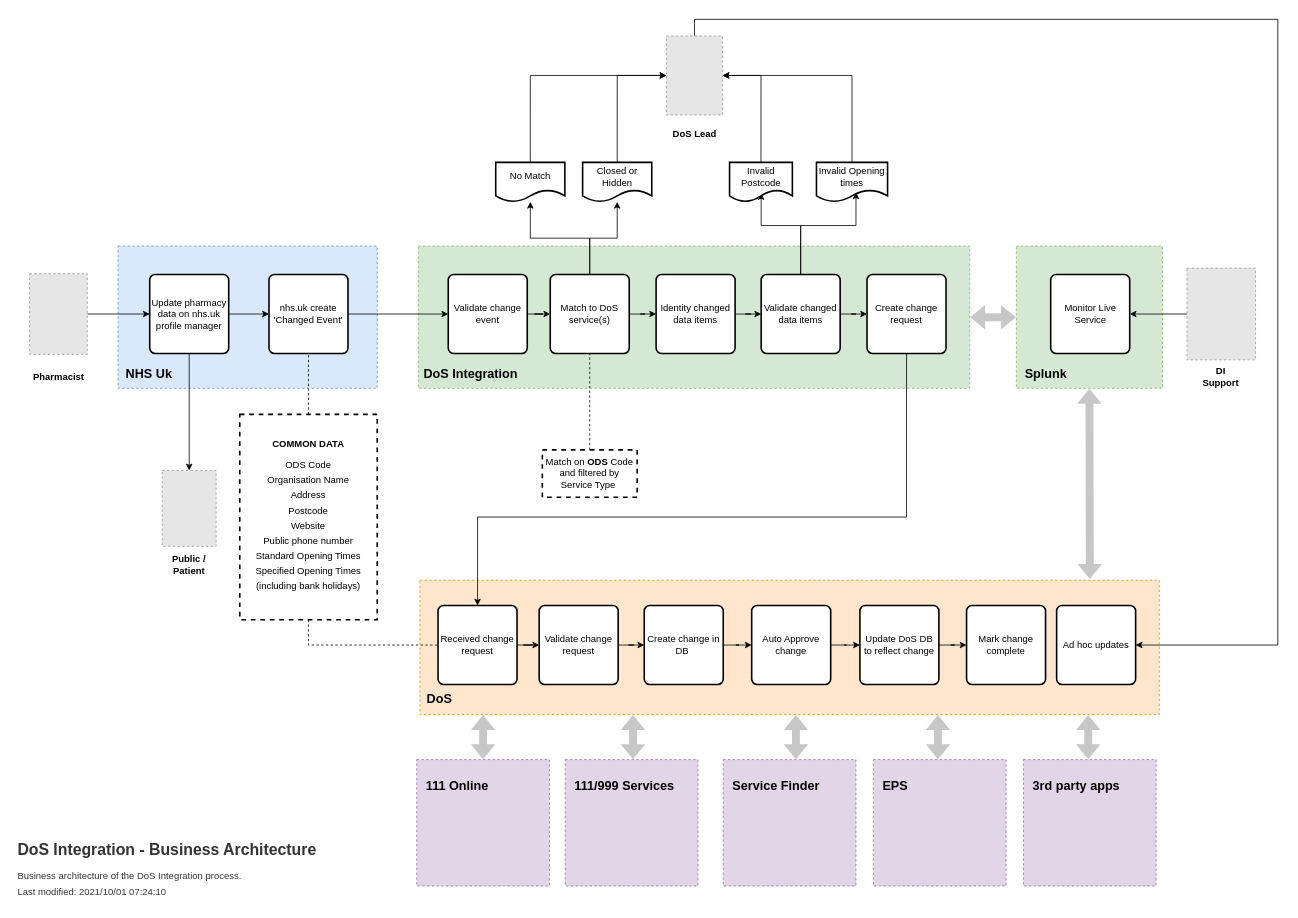
Earlier version of the draw.io diagram page "Business Architecture" (1 of 6) of documentation/diagrams/DoS Integration.drawio (nhsd-exeter/dos-integration). Source tidied: cells renumbered, new cells numbered last; positions are measured from the earlier drawing's top-left corner, leaving out a move shared by most shapes. Both pictures are drawn from the tidied source at 79%, with x=0, y=0 at pixel (13, 19). Pictures stored in the file or linked from it are replaced by grey dashed boxes.
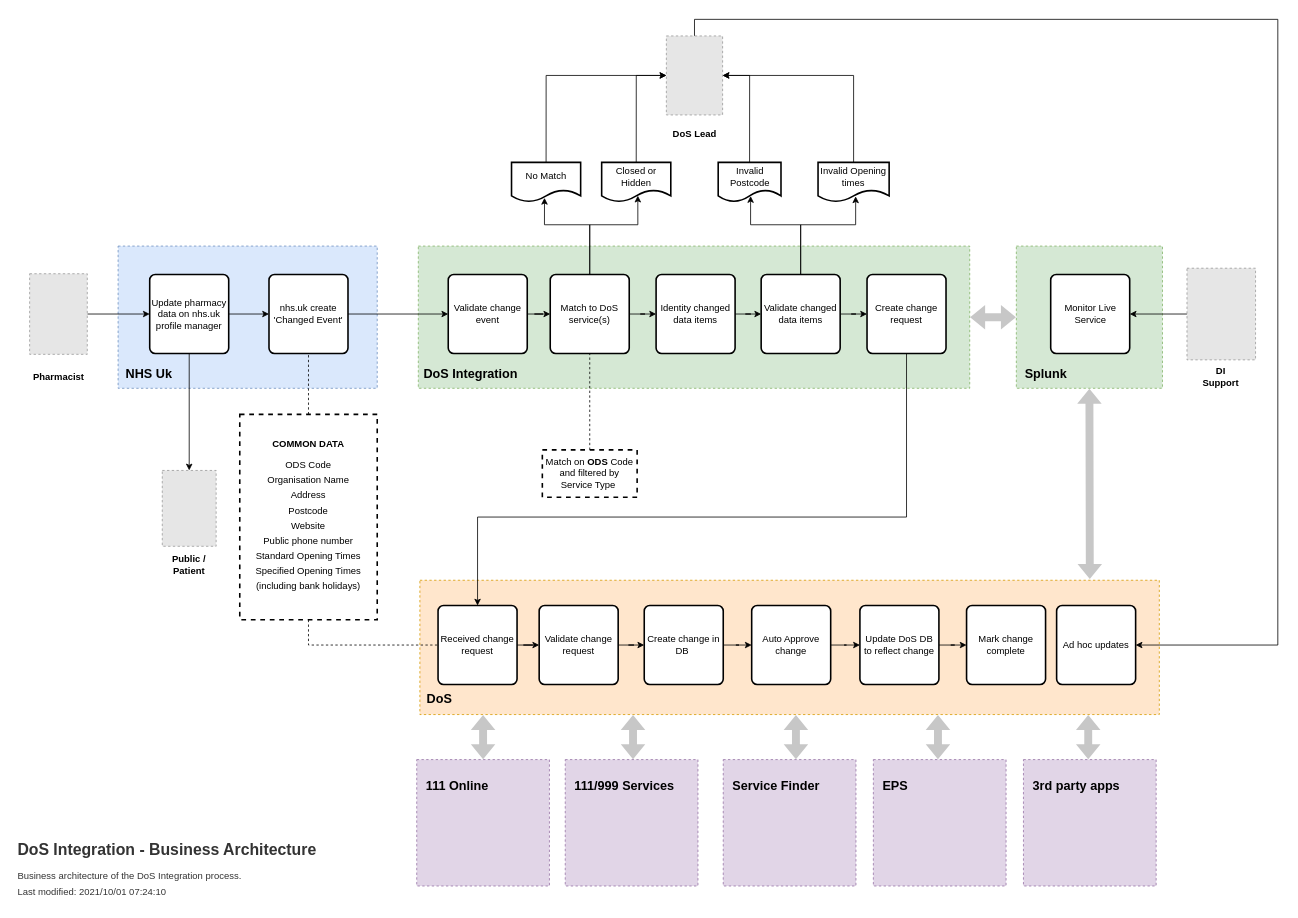
After the change.

Unchanged cells that the change refers to:
```xml
<mxCell id="19" value="Match to DoS service(s)" style="rounded=1;whiteSpace=wrap;html=1;absoluteArcSize=1;arcSize=14;strokeWidth=2;" parent="1" vertex="1">
  <mxGeometry x="679" y="323" width="100" height="100" as="geometry" />
</mxCell>
<mxCell id="25" value="Validate changed data items" style="rounded=1;whiteSpace=wrap;html=1;absoluteArcSize=1;arcSize=14;strokeWidth=2;" parent="1" vertex="1">
  <mxGeometry x="946" y="323" width="100" height="100" as="geometry" />
</mxCell>
```

Diff of the diagram source:
```diff
@@
-    <mxCell id="15" style="edgeStyle=orthogonalEdgeStyle;rounded=0;jettySize=auto;html=1;endArrow=classic;endFill=1;fillColor=#C7C7C7;exitX=0.5;exitY=0;exitDx=0;exitDy=0;" parent="1" edge="1" source="19" target="88">
-      <mxGeometry relative="1" as="geometry" />
-    </mxCell>
@@
-    <mxCell id="18" style="edgeStyle=orthogonalEdgeStyle;rounded=0;jettySize=auto;html=1;" parent="1" edge="1" source="19" target="40">
-      <mxGeometry relative="1" as="geometry" />
+    <mxCell id="18" style="edgeStyle=orthogonalEdgeStyle;rounded=0;jettySize=auto;html=1;entryX=0.477;entryY=0.9;entryDx=0;entryDy=0;entryPerimeter=0;fontColor=#AF084D;startArrow=none;startFill=0;endArrow=classic;endFill=1;fillColor=#C7C7C7;" parent="1" edge="1" source="19" target="40">
+      <mxGeometry relative="1" as="geometry">
+        <Array as="points">
+          <mxPoint x="729" y="260" />
+          <mxPoint x="672" y="260" />
+        </Array>
+      </mxGeometry>
     </mxCell>
+    <mxCell id="15" style="edgeStyle=orthogonalEdgeStyle;rounded=0;jettySize=auto;html=1;entryX=0.523;entryY=0.844;entryDx=0;entryDy=0;entryPerimeter=0;fontColor=#AF084D;startArrow=none;startFill=0;endArrow=classic;endFill=1;fillColor=#C7C7C7;" parent="1" edge="1" source="19" target="88">
+      <mxGeometry relative="1" as="geometry">
+        <Array as="points">
+          <mxPoint x="729" y="260" />
+          <mxPoint x="790" y="260" />
+        </Array>
+      </mxGeometry>
+    </mxCell>
@@
-    <mxCell id="23" style="edgeStyle=orthogonalEdgeStyle;rounded=0;jettySize=auto;html=1;exitX=0.5;exitY=0;exitDx=0;exitDy=0;" parent="1" edge="1" source="25">
-      <mxGeometry relative="1" as="geometry">
-        <mxPoint x="946" y="220" as="targetPoint" />
-        <Array as="points">
-          <mxPoint x="996" y="261" />
-          <mxPoint x="946" y="261" />
-        </Array>
-      </mxGeometry>
-    </mxCell>
+    <mxCell id="90" style="edgeStyle=orthogonalEdgeStyle;rounded=0;jettySize=auto;html=1;entryX=0.516;entryY=0.853;entryDx=0;entryDy=0;entryPerimeter=0;fontColor=#AF084D;startArrow=none;startFill=0;endArrow=classic;endFill=1;fillColor=#C7C7C7;" parent="1" edge="1" source="25" target="42">
+      <mxGeometry relative="1" as="geometry">
+        <Array as="points">
+          <mxPoint x="996" y="260" />
+          <mxPoint x="933" y="260" />
+        </Array>
+      </mxGeometry>
+    </mxCell>
-    <mxCell id="24" style="edgeStyle=orthogonalEdgeStyle;rounded=0;jettySize=auto;html=1;entryX=0.556;entryY=0.76;entryDx=0;entryDy=0;entryPerimeter=0;exitX=0.5;exitY=0;exitDx=0;exitDy=0;" parent="1" edge="1" source="25" target="44">
+    <mxCell id="24" style="edgeStyle=orthogonalEdgeStyle;rounded=0;jettySize=auto;html=1;entryX=0.529;entryY=0.862;entryDx=0;entryDy=0;entryPerimeter=0;fontColor=#AF084D;startArrow=none;startFill=0;endArrow=classic;endFill=1;fillColor=#C7C7C7;" parent="1" edge="1" source="25" target="44">
       <mxGeometry relative="1" as="geometry">
         <Array as="points">
-          <mxPoint x="996" y="261" />
-          <mxPoint x="1066" y="261" />
+          <mxPoint x="996" y="260" />
+          <mxPoint x="1066" y="260" />
         </Array>
       </mxGeometry>
     </mxCell>
@@
     <mxCell id="40" value="No Match" style="shape=document;whiteSpace=wrap;html=1;boundedLbl=1;strokeWidth=2;" parent="1" vertex="1">
-      <mxGeometry x="610" y="181" width="87.5" height="50" as="geometry" />
+      <mxGeometry x="630" y="181" width="87.5" height="50" as="geometry" />
     </mxCell>
@@
     <mxCell id="42" value="Invalid Postcode" style="shape=document;whiteSpace=wrap;html=1;boundedLbl=1;strokeWidth=2;" parent="1" vertex="1">
-      <mxGeometry x="906" y="181" width="79.5" height="50" as="geometry" />
+      <mxGeometry x="891.6" y="181" width="79.5" height="50" as="geometry" />
     </mxCell>
@@
     <mxCell id="44" value="Invalid Opening times" style="shape=document;whiteSpace=wrap;html=1;boundedLbl=1;strokeWidth=2;" parent="1" vertex="1">
-      <mxGeometry x="1016" y="181" width="90" height="50" as="geometry" />
+      <mxGeometry x="1018" y="181" width="90" height="50" as="geometry" />
     </mxCell>
@@
     <mxCell id="88" value="Closed or Hidden" style="shape=document;whiteSpace=wrap;html=1;boundedLbl=1;strokeWidth=2;" parent="1" vertex="1">
-      <mxGeometry x="720" y="181" width="87.5" height="50" as="geometry" />
+      <mxGeometry x="744.1" y="181" width="87.5" height="50" as="geometry" />
     </mxCell>
```
